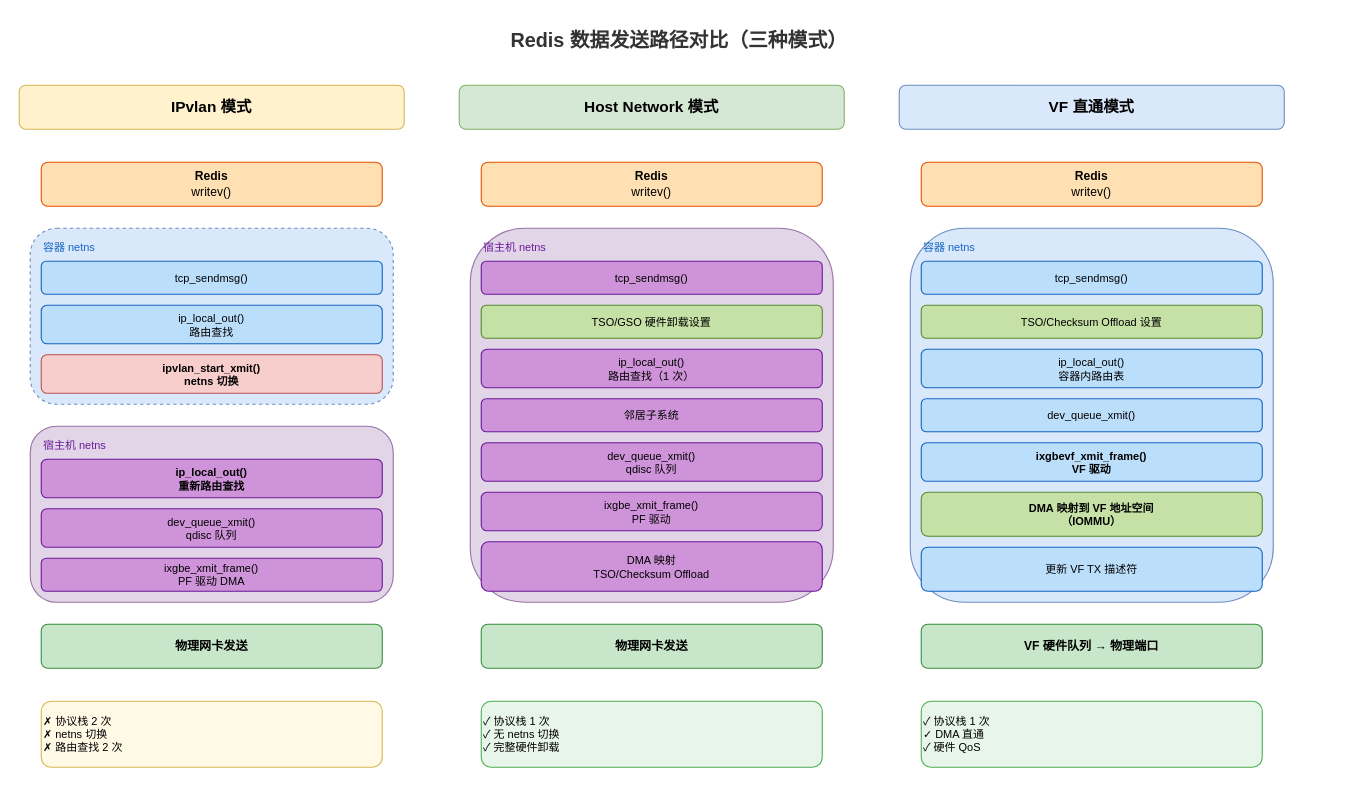
Before: diagrams/redis/redis_tx_comparison.drawio in fsqHub/docker-sriov-plugin, a draw.io diagram. Source tidied: cells renumbered, new cells numbered last; positions are measured from the earlier drawing's top-left corner, leaving out a move shared by most shapes. Both pictures are drawn from the tidied source at 110%, with x=0, y=0 at pixel (19, 19).
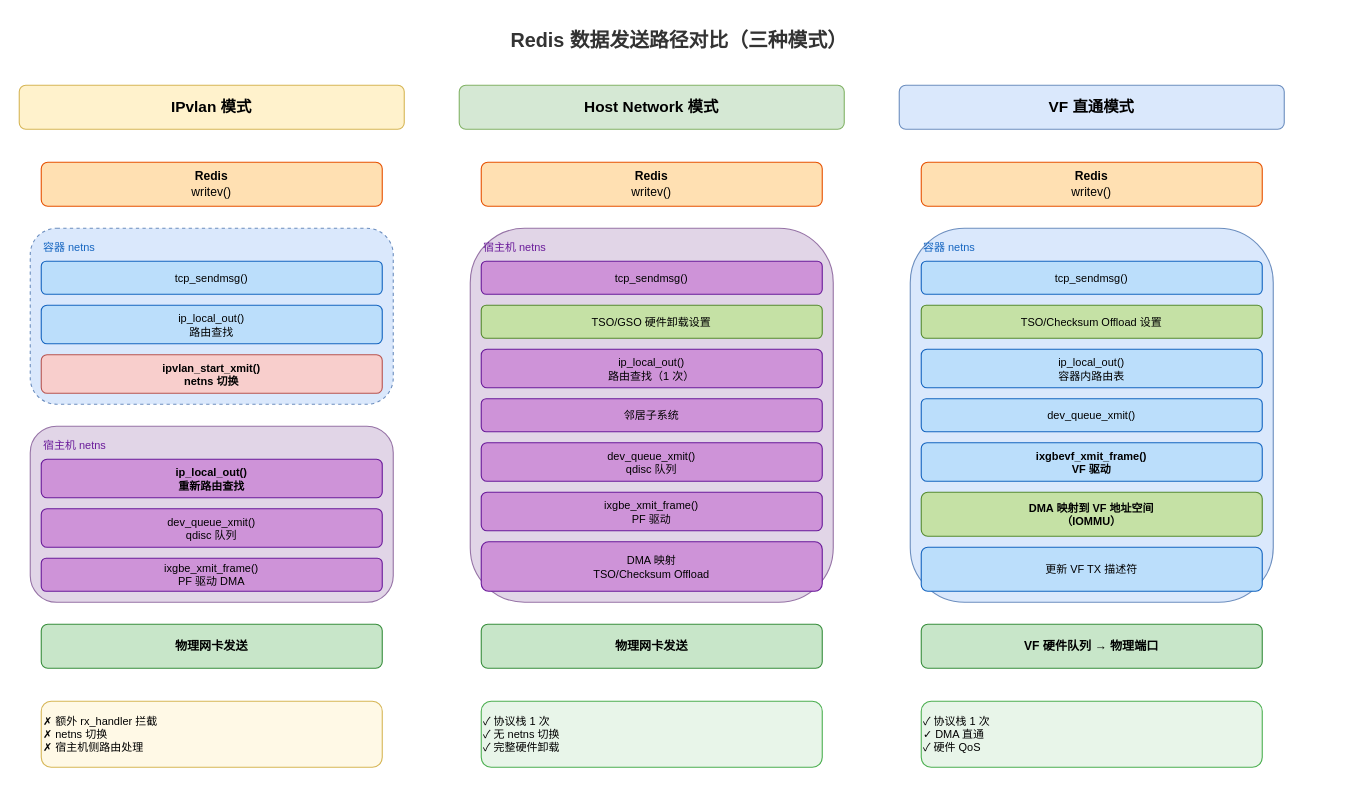
After the change.

What changed in the source:
```diff
@@
-    <mxCell id="40" value="✗ 协议栈 2 次&#10;✗ netns 切换&#10;✗ 路由查找 2 次" style="rounded=1;whiteSpace=wrap;html=1;fillColor=#fff9e6;strokeColor=#d6b656;fontSize=10;align=left;" parent="1" vertex="1">
+    <mxCell id="40" value="✗ 额外 rx_handler 拦截&#10;✗ netns 切换&#10;✗ 宿主机侧路由处理" style="rounded=1;whiteSpace=wrap;html=1;fillColor=#fff9e6;strokeColor=#d6b656;fontSize=10;align=left;" parent="1" vertex="1">
       <mxGeometry x="20" y="620" width="310" height="60" as="geometry" />
     </mxCell>
```
